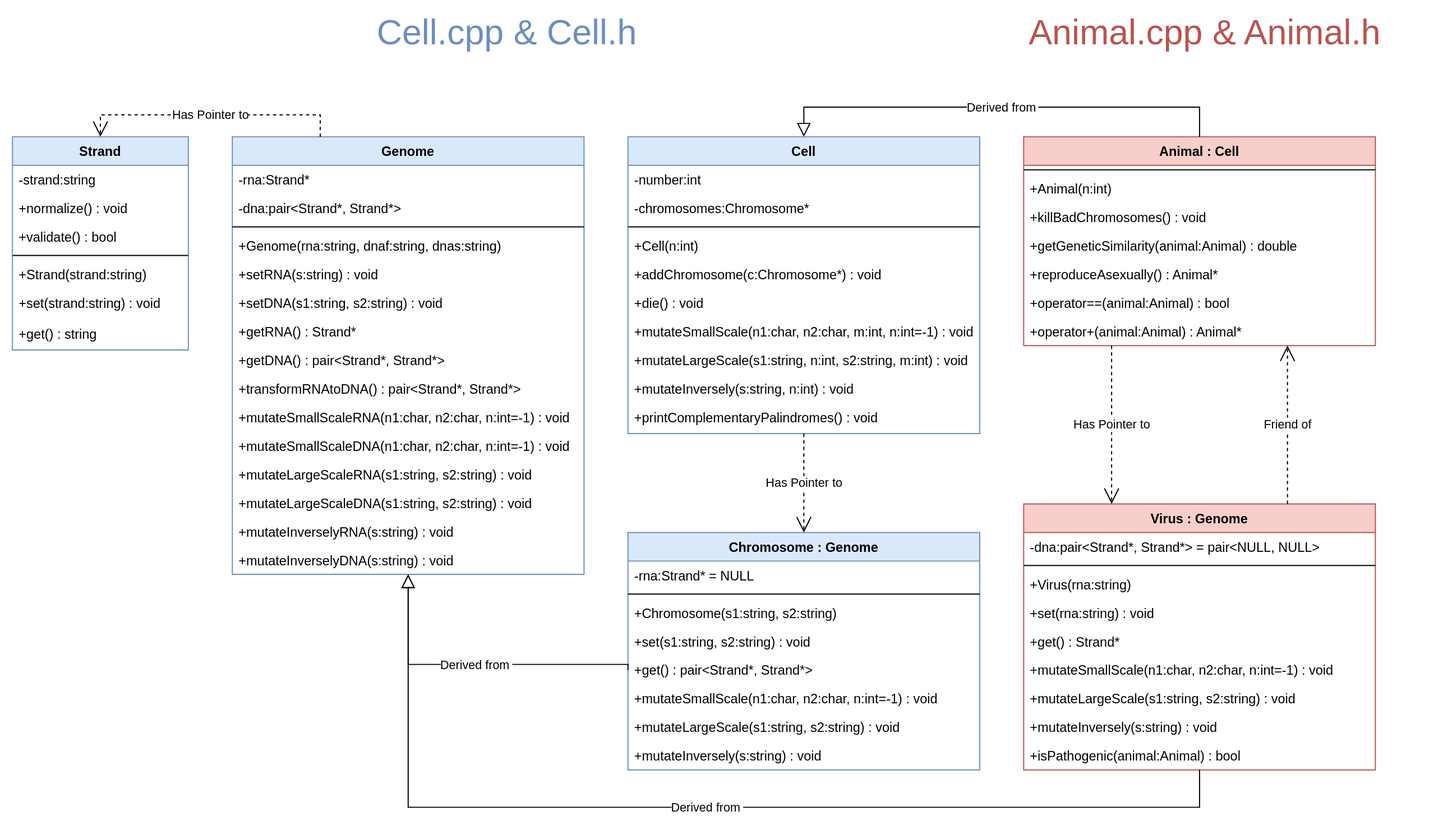
Earlier version of the draw.io export schema/classes.svg (k-forghani/class-of-life). Source tidied: cells renumbered, new cells last; positions are measured from the earlier drawing's top-left corner, leaving out a move shared by most shapes.
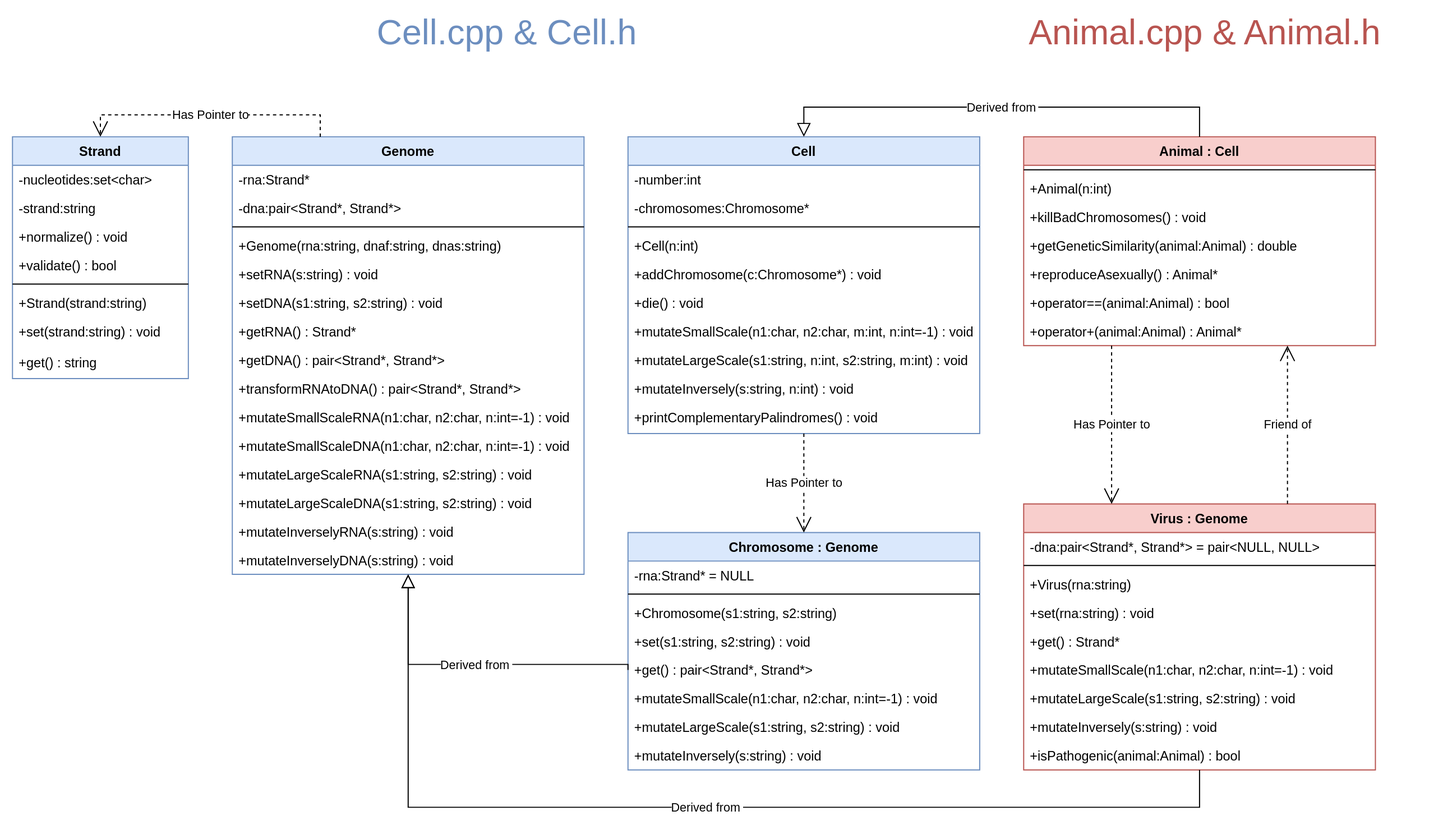
Later version of the same file.

Change to the diagram source:
```diff
@@ -86,28 +86,31 @@
       </mxGeometry>
     </mxCell>
     <mxCell id="28" value="Strand" style="swimlane;fontStyle=1;align=center;verticalAlign=top;horizontal=1;startSize=26;rounded=0;shadow=0;strokeWidth=1;fillColor=#dae8fc;strokeColor=#6c8ebf;swimlaneFillColor=default;" parent="1" vertex="1">
-      <mxGeometry y="110" width="160" height="194" as="geometry" />
+      <mxGeometry y="110" width="160" height="220" as="geometry" />
     </mxCell>
-    <mxCell id="29" value="-strand:string" style="text;align=left;verticalAlign=top;spacingLeft=4;spacingRight=4;overflow=hidden;" parent="28" vertex="1">
+    <mxCell id="29" value="-nucleotides:set&lt;char&gt;" style="text;align=left;verticalAlign=top;spacingLeft=4;spacingRight=4;overflow=hidden;" parent="28" vertex="1">
       <mxGeometry y="26" width="160" height="26" as="geometry" />
     </mxCell>
+    <mxCell id="73" value="-strand:string" style="text;align=left;verticalAlign=top;spacingLeft=4;spacingRight=4;overflow=hidden;" parent="28" vertex="1">
+      <mxGeometry y="52" width="160" height="26" as="geometry" />
+    </mxCell>
     <mxCell id="30" value="+normalize() : void" style="text;align=left;verticalAlign=top;spacingLeft=4;spacingRight=4;overflow=hidden;" parent="28" vertex="1">
-      <mxGeometry y="52" width="160" height="26" as="geometry" />
+      <mxGeometry y="78" width="160" height="26" as="geometry" />
     </mxCell>
     <mxCell id="31" value="+validate() : bool" style="text;align=left;verticalAlign=top;spacingLeft=4;spacingRight=4;overflow=hidden;" parent="28" vertex="1">
-      <mxGeometry y="78" width="160" height="26" as="geometry" />
+      <mxGeometry y="104" width="160" height="26" as="geometry" />
     </mxCell>
     <mxCell id="32" style="line;html=1;strokeWidth=1;align=left;verticalAlign=middle;spacingTop=-1;spacingLeft=3;spacingRight=3;labelPosition=right;" parent="28" vertex="1">
-      <mxGeometry y="104" width="160" height="8" as="geometry" />
+      <mxGeometry y="130" width="160" height="8" as="geometry" />
     </mxCell>
     <mxCell id="33" value="+Strand(strand:string)" style="text;align=left;verticalAlign=top;spacingLeft=4;spacingRight=4;overflow=hidden;" parent="28" vertex="1">
-      <mxGeometry y="112" width="160" height="26" as="geometry" />
+      <mxGeometry y="138" width="160" height="26" as="geometry" />
     </mxCell>
     <mxCell id="34" value="+set(strand:string) : void" style="text;align=left;verticalAlign=top;spacingLeft=4;spacingRight=4;overflow=hidden;" parent="28" vertex="1">
-      <mxGeometry y="138" width="160" height="28" as="geometry" />
+      <mxGeometry y="164" width="160" height="28" as="geometry" />
     </mxCell>
     <mxCell id="35" value="+get() : string" style="text;align=left;verticalAlign=top;spacingLeft=4;spacingRight=4;overflow=hidden;" parent="28" vertex="1">
-      <mxGeometry y="166" width="160" height="28" as="geometry" />
+      <mxGeometry y="192" width="160" height="28" as="geometry" />
     </mxCell>
     <mxCell id="36" value="Cell" style="swimlane;fontStyle=1;align=center;verticalAlign=top;horizontal=1;startSize=26;rounded=0;shadow=0;strokeWidth=1;fillColor=#dae8fc;strokeColor=#6c8ebf;swimlaneFillColor=default;" parent="1" vertex="1">
       <mxGeometry x="560" y="110" width="320" height="270" as="geometry" />
```
